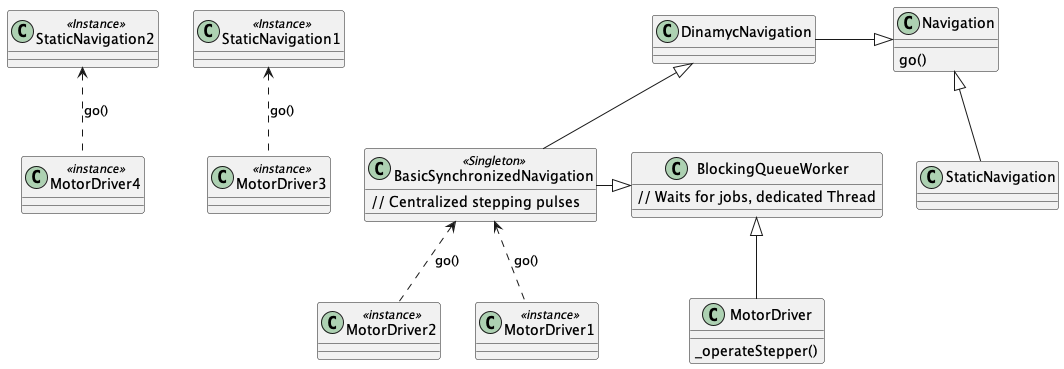
This is doc/SynchronizedNavigation.png from juanmf/StepperMotors, a PlantUML export, as it was before one commit. Its diagram source:
```plantuml
@startuml
class BlockingQueueWorker {
// Waits for jobs, dedicated Thread
}
class Navigation {
go()
}
class MotorDriver{
_operateStepper()
}
class MotorDriver1 <<instance>>
class MotorDriver2 <<instance>>
class MotorDriver3 <<instance>>
class MotorDriver4 <<instance>>
class StaticNavigation {
}
class StaticNavigation1 <<Instance>>
class StaticNavigation2 <<Instance>>

class BasicSynchronizedNavigation <<Singleton>> {
// Centralized stepping pulses
}

StaticNavigation -up-|> Navigation
DinamycNavigation -right|> Navigation
BasicSynchronizedNavigation -up-|> DinamycNavigation

MotorDriver -up-|> BlockingQueueWorker
BasicSynchronizedNavigation -left-|> BlockingQueueWorker

MotorDriver1 .up.> BasicSynchronizedNavigation : go()
MotorDriver2 .up.> BasicSynchronizedNavigation : go()
MotorDriver3 .up.> StaticNavigation1 : go()
MotorDriver4 .up.> StaticNavigation2 : go()
@enduml
```
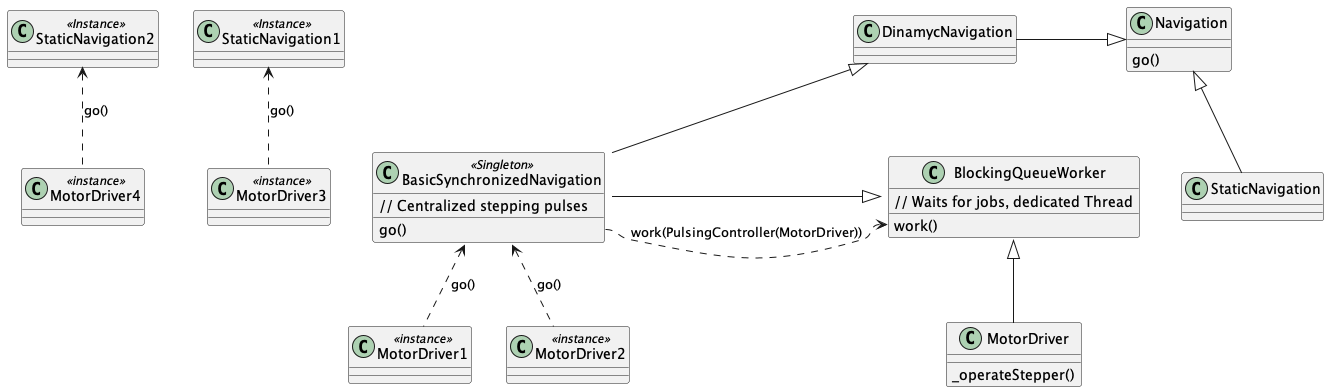
The same file after the commit.

Change to the diagram source:
```diff
@@ -1,6 +1,7 @@
 @startuml
 class BlockingQueueWorker {
 // Waits for jobs, dedicated Thread
+work()
 }
 class Navigation {
 go()
@@ -19,6 +20,7 @@
 
 class BasicSynchronizedNavigation <<Singleton>> {
 // Centralized stepping pulses
+go()
 }
 
 StaticNavigation -up-|> Navigation
@@ -32,4 +34,6 @@
 MotorDriver2 .up.> BasicSynchronizedNavigation : go()
 MotorDriver3 .up.> StaticNavigation1 : go()
 MotorDriver4 .up.> StaticNavigation2 : go()
+
+BasicSynchronizedNavigation::go  ..> BlockingQueueWorker::work  : work(PulsingController(MotorDriver))
 @enduml
```
